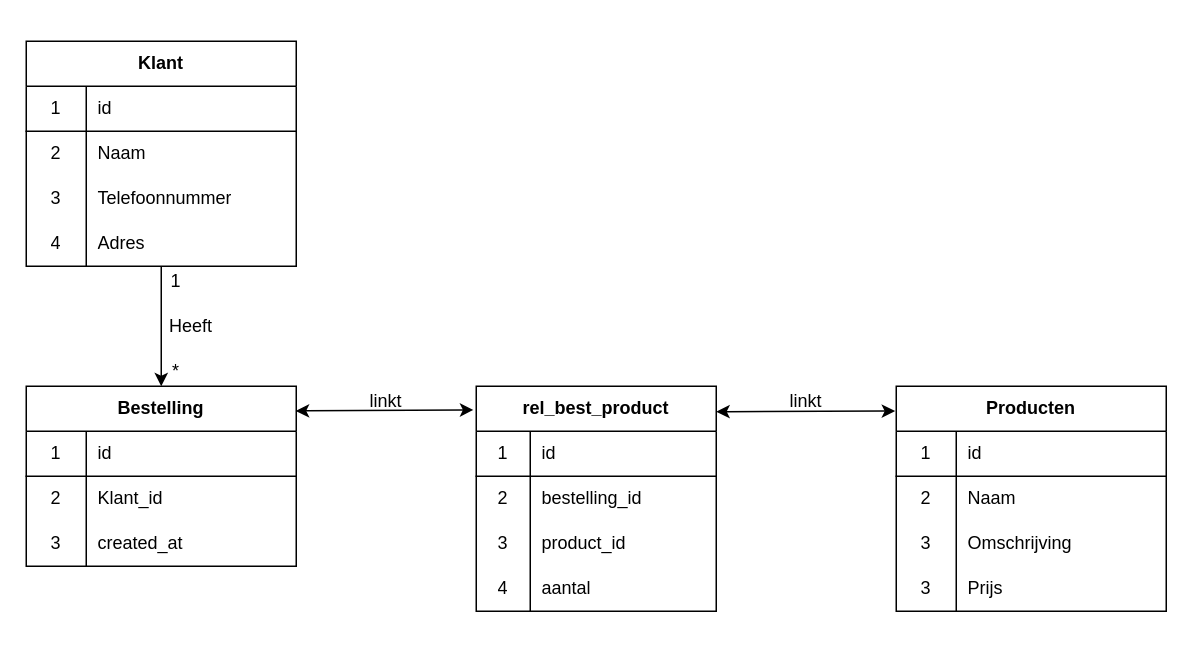
S-Most/xmlFiles keeps this draw.io diagram as Bestellingen.drawio. Above is the earlier version. Source tidied: cells renumbered, new cells numbered last; positions are measured from the earlier drawing's top-left corner, leaving out a move shared by most shapes. Both pictures are drawn from the tidied source at 150%, with x=0, y=0 at pixel (26, 40).
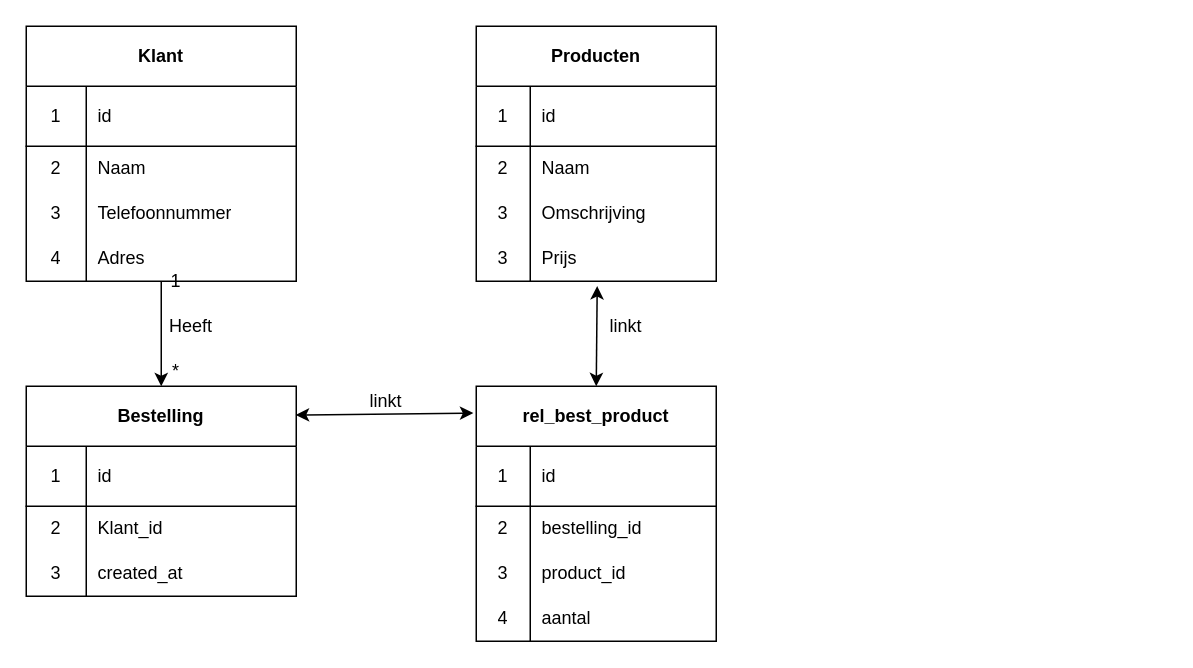
After the change.

Diff of the diagram source:
```diff
@@
-    <mxCell id="3" value="Klant" style="shape=table;html=1;whiteSpace=wrap;startSize=30;childLayout=tableLayout;rowLines=0;fontStyle=1;align=center;" parent="1" vertex="1">
-      <mxGeometry width="180" height="150" as="geometry" />
+    <mxCell id="3" value="Klant" style="shape=table;html=1;whiteSpace=wrap;startSize=40;childLayout=tableLayout;rowLines=0;fontStyle=1;align=center;" parent="1" vertex="1">
+      <mxGeometry y="-10" width="180" height="170" as="geometry" />
     </mxCell>
     <mxCell id="4" style="shape=partialRectangle;html=1;whiteSpace=wrap;fillColor=none;top=0;left=0;bottom=1;right=0;" parent="3" vertex="1">
-      <mxGeometry y="30" width="180" height="30" as="geometry" />
+      <mxGeometry y="40" width="180" height="40" as="geometry" />
     </mxCell>
     <mxCell id="5" value="1" style="shape=partialRectangle;html=1;whiteSpace=wrap;fillColor=none;top=0;left=0;bottom=0;right=0;overflow=hidden;" parent="4" vertex="1">
-      <mxGeometry width="40" height="30" as="geometry" />
+      <mxGeometry width="40" height="40" as="geometry" />
     </mxCell>
     <mxCell id="6" value="id" style="shape=partialRectangle;html=1;whiteSpace=wrap;fillColor=none;top=0;left=0;bottom=0;right=0;align=left;spacingLeft=6;overflow=hidden;" parent="4" vertex="1">
-      <mxGeometry x="40" width="140" height="30" as="geometry" />
+      <mxGeometry x="40" width="140" height="40" as="geometry" />
     </mxCell>
     <mxCell id="7" style="shape=partialRectangle;html=1;whiteSpace=wrap;fillColor=none;top=0;left=0;bottom=0;right=0;" parent="3" vertex="1">
-      <mxGeometry y="60" width="180" height="30" as="geometry" />
+      <mxGeometry y="80" width="180" height="30" as="geometry" />
     </mxCell>
@@
     <mxCell id="10" style="shape=partialRectangle;html=1;whiteSpace=wrap;fillColor=none;top=0;left=0;bottom=0;right=0;" parent="3" vertex="1">
-      <mxGeometry y="90" width="180" height="30" as="geometry" />
+      <mxGeometry y="110" width="180" height="30" as="geometry" />
     </mxCell>
@@
     <mxCell id="13" style="shape=partialRectangle;html=1;whiteSpace=wrap;fillColor=none;top=0;left=0;bottom=0;right=0;" parent="3" vertex="1">
-      <mxGeometry y="120" width="180" height="30" as="geometry" />
+      <mxGeometry y="140" width="180" height="30" as="geometry" />
     </mxCell>
@@
-    <mxCell id="16" value="Producten" style="shape=table;html=1;whiteSpace=wrap;startSize=30;childLayout=tableLayout;rowLines=0;fontStyle=1;align=center;" parent="1" vertex="1">
-      <mxGeometry x="580" y="230" width="180" height="150" as="geometry" />
+    <mxCell id="16" value="Producten" style="shape=table;html=1;whiteSpace=wrap;startSize=40;childLayout=tableLayout;rowLines=0;fontStyle=1;align=center;" parent="1" vertex="1">
+      <mxGeometry x="300" y="-10" width="160" height="170" as="geometry" />
     </mxCell>
     <mxCell id="17" style="shape=partialRectangle;html=1;whiteSpace=wrap;fillColor=none;top=0;left=0;bottom=1;right=0;" parent="16" vertex="1">
-      <mxGeometry y="30" width="180" height="30" as="geometry" />
+      <mxGeometry y="40" width="160" height="40" as="geometry" />
     </mxCell>
     <mxCell id="18" value="1" style="shape=partialRectangle;html=1;whiteSpace=wrap;fillColor=none;top=0;left=0;bottom=0;right=0;overflow=hidden;" parent="17" vertex="1">
-      <mxGeometry width="40" height="30" as="geometry" />
+      <mxGeometry width="36" height="40" as="geometry" />
     </mxCell>
     <mxCell id="19" value="id" style="shape=partialRectangle;html=1;whiteSpace=wrap;fillColor=none;top=0;left=0;bottom=0;right=0;align=left;spacingLeft=6;overflow=hidden;" parent="17" vertex="1">
-      <mxGeometry x="40" width="140" height="30" as="geometry" />
+      <mxGeometry x="36" width="124" height="40" as="geometry" />
     </mxCell>
     <mxCell id="20" style="shape=partialRectangle;html=1;whiteSpace=wrap;fillColor=none;top=0;left=0;bottom=0;right=0;" parent="16" vertex="1">
-      <mxGeometry y="60" width="180" height="30" as="geometry" />
+      <mxGeometry y="80" width="160" height="30" as="geometry" />
     </mxCell>
     <mxCell id="21" value="2" style="shape=partialRectangle;html=1;whiteSpace=wrap;fillColor=none;top=0;left=0;bottom=0;right=0;overflow=hidden;" parent="20" vertex="1">
-      <mxGeometry width="40" height="30" as="geometry" />
+      <mxGeometry width="36" height="30" as="geometry" />
     </mxCell>
     <mxCell id="22" value="Naam" style="shape=partialRectangle;html=1;whiteSpace=wrap;fillColor=none;top=0;left=0;bottom=0;right=0;align=left;spacingLeft=6;overflow=hidden;" parent="20" vertex="1">
-      <mxGeometry x="40" width="140" height="30" as="geometry" />
+      <mxGeometry x="36" width="124" height="30" as="geometry" />
     </mxCell>
     <mxCell id="23" style="shape=partialRectangle;html=1;whiteSpace=wrap;fillColor=none;top=0;left=0;bottom=0;right=0;" parent="16" vertex="1">
-      <mxGeometry y="90" width="180" height="30" as="geometry" />
+      <mxGeometry y="110" width="160" height="30" as="geometry" />
     </mxCell>
     <mxCell id="24" value="3" style="shape=partialRectangle;html=1;whiteSpace=wrap;fillColor=none;top=0;left=0;bottom=0;right=0;overflow=hidden;" parent="23" vertex="1">
-      <mxGeometry width="40" height="30" as="geometry" />
+      <mxGeometry width="36" height="30" as="geometry" />
     </mxCell>
     <mxCell id="25" value="Omschrijving" style="shape=partialRectangle;html=1;whiteSpace=wrap;fillColor=none;top=0;left=0;bottom=0;right=0;align=left;spacingLeft=6;overflow=hidden;" parent="23" vertex="1">
-      <mxGeometry x="40" width="140" height="30" as="geometry" />
+      <mxGeometry x="36" width="124" height="30" as="geometry" />
     </mxCell>
     <mxCell id="26" style="shape=partialRectangle;html=1;whiteSpace=wrap;fillColor=none;top=0;left=0;bottom=0;right=0;points=[[0,0.5],[1,0.5]];portConstraint=eastwest;" parent="16" vertex="1">
-      <mxGeometry y="120" width="180" height="30" as="geometry" />
+      <mxGeometry y="140" width="160" height="30" as="geometry" />
     </mxCell>
     <mxCell id="27" value="3" style="shape=partialRectangle;html=1;whiteSpace=wrap;fillColor=none;top=0;left=0;bottom=0;right=0;overflow=hidden;" parent="26" vertex="1">
-      <mxGeometry width="40" height="30" as="geometry" />
+      <mxGeometry width="36" height="30" as="geometry" />
     </mxCell>
     <mxCell id="28" value="Prijs" style="shape=partialRectangle;html=1;whiteSpace=wrap;fillColor=none;top=0;left=0;bottom=0;right=0;align=left;spacingLeft=6;overflow=hidden;" parent="26" vertex="1">
-      <mxGeometry x="40" width="140" height="30" as="geometry" />
+      <mxGeometry x="36" width="124" height="30" as="geometry" />
     </mxCell>
-    <mxCell id="29" value="Bestelling" style="shape=table;html=1;whiteSpace=wrap;startSize=30;childLayout=tableLayout;rowLines=0;fontStyle=1;align=center;" parent="1" vertex="1">
-      <mxGeometry y="230" width="180" height="120" as="geometry" />
+    <mxCell id="29" value="Bestelling" style="shape=table;html=1;whiteSpace=wrap;startSize=40;childLayout=tableLayout;rowLines=0;fontStyle=1;align=center;" parent="1" vertex="1">
+      <mxGeometry y="230" width="180" height="140" as="geometry" />
     </mxCell>
     <mxCell id="30" style="shape=partialRectangle;html=1;whiteSpace=wrap;fillColor=none;top=0;left=0;bottom=1;right=0;" parent="29" vertex="1">
-      <mxGeometry y="30" width="180" height="30" as="geometry" />
+      <mxGeometry y="40" width="180" height="40" as="geometry" />
     </mxCell>
     <mxCell id="31" value="1" style="shape=partialRectangle;html=1;whiteSpace=wrap;fillColor=none;top=0;left=0;bottom=0;right=0;overflow=hidden;" parent="30" vertex="1">
-      <mxGeometry width="40" height="30" as="geometry" />
+      <mxGeometry width="40" height="40" as="geometry" />
     </mxCell>
     <mxCell id="32" value="id" style="shape=partialRectangle;html=1;whiteSpace=wrap;fillColor=none;top=0;left=0;bottom=0;right=0;align=left;spacingLeft=6;overflow=hidden;" parent="30" vertex="1">
-      <mxGeometry x="40" width="140" height="30" as="geometry" />
+      <mxGeometry x="40" width="140" height="40" as="geometry" />
     </mxCell>
     <mxCell id="33" style="shape=partialRectangle;html=1;whiteSpace=wrap;fillColor=none;top=0;left=0;bottom=0;right=0;" parent="29" vertex="1">
-      <mxGeometry y="60" width="180" height="30" as="geometry" />
+      <mxGeometry y="80" width="180" height="30" as="geometry" />
     </mxCell>
@@
     <mxCell id="36" style="shape=partialRectangle;html=1;whiteSpace=wrap;fillColor=none;top=0;left=0;bottom=0;right=0;" parent="29" vertex="1">
-      <mxGeometry y="90" width="180" height="30" as="geometry" />
+      <mxGeometry y="110" width="180" height="30" as="geometry" />
     </mxCell>
@@
-    <mxCell id="39" value="rel_best_product" style="shape=table;html=1;whiteSpace=wrap;startSize=30;childLayout=tableLayout;rowLines=0;fontStyle=1;align=center;" parent="1" vertex="1">
-      <mxGeometry x="300" y="230" width="160" height="150" as="geometry" />
+    <mxCell id="39" value="rel_best_product" style="shape=table;html=1;whiteSpace=wrap;startSize=40;childLayout=tableLayout;rowLines=0;fontStyle=1;align=center;" parent="1" vertex="1">
+      <mxGeometry x="300" y="230" width="160" height="170" as="geometry" />
     </mxCell>
     <mxCell id="40" style="shape=partialRectangle;html=1;whiteSpace=wrap;fillColor=none;top=0;left=0;bottom=1;right=0;" parent="39" vertex="1">
-      <mxGeometry y="30" width="160" height="30" as="geometry" />
+      <mxGeometry y="40" width="160" height="40" as="geometry" />
     </mxCell>
     <mxCell id="41" value="1" style="shape=partialRectangle;html=1;whiteSpace=wrap;fillColor=none;top=0;left=0;bottom=0;right=0;overflow=hidden;" parent="40" vertex="1">
-      <mxGeometry width="36" height="30" as="geometry" />
+      <mxGeometry width="36" height="40" as="geometry" />
     </mxCell>
     <mxCell id="42" value="id" style="shape=partialRectangle;html=1;whiteSpace=wrap;fillColor=none;top=0;left=0;bottom=0;right=0;align=left;spacingLeft=6;overflow=hidden;" parent="40" vertex="1">
-      <mxGeometry x="36" width="124" height="30" as="geometry" />
+      <mxGeometry x="36" width="124" height="40" as="geometry" />
     </mxCell>
     <mxCell id="43" style="shape=partialRectangle;html=1;whiteSpace=wrap;fillColor=none;top=0;left=0;bottom=0;right=0;" parent="39" vertex="1">
-      <mxGeometry y="60" width="160" height="30" as="geometry" />
+      <mxGeometry y="80" width="160" height="30" as="geometry" />
     </mxCell>
@@
     <mxCell id="46" style="shape=partialRectangle;html=1;whiteSpace=wrap;fillColor=none;top=0;left=0;bottom=0;right=0;" parent="39" vertex="1">
-      <mxGeometry y="90" width="160" height="30" as="geometry" />
+      <mxGeometry y="110" width="160" height="30" as="geometry" />
     </mxCell>
@@
     <mxCell id="49" style="shape=partialRectangle;html=1;whiteSpace=wrap;fillColor=none;top=0;left=0;bottom=0;right=0;" parent="39" vertex="1">
-      <mxGeometry y="120" width="160" height="30" as="geometry" />
+      <mxGeometry y="140" width="160" height="30" as="geometry" />
     </mxCell>
@@
     <mxCell id="57" value="linkt" style="text;html=1;strokeColor=none;fillColor=none;align=center;verticalAlign=middle;whiteSpace=wrap;rounded=0;" parent="1" vertex="1">
-      <mxGeometry x="500" y="230" width="40" height="20" as="geometry" />
+      <mxGeometry x="380" y="180" width="40" height="20" as="geometry" />
     </mxCell>
-    <mxCell id="58" style="endArrow=classic;startArrow=classic;html=1;entryX=-0.004;entryY=0.11;entryDx=0;entryDy=0;entryPerimeter=0;" parent="1" edge="1" target="16">
-      <mxGeometry relative="1" as="geometry">
-        <mxPoint x="460" y="247" as="sourcePoint" />
-      </mxGeometry>
+    <mxCell id="58" style="endArrow=classic;startArrow=classic;html=1;exitX=0.5;exitY=0;exitDx=0;exitDy=0;entryX=0.504;entryY=1.107;entryDx=0;entryDy=0;entryPerimeter=0;" parent="1" edge="1" source="39" target="26">
+      <mxGeometry relative="1" as="geometry" />
     </mxCell>
```
